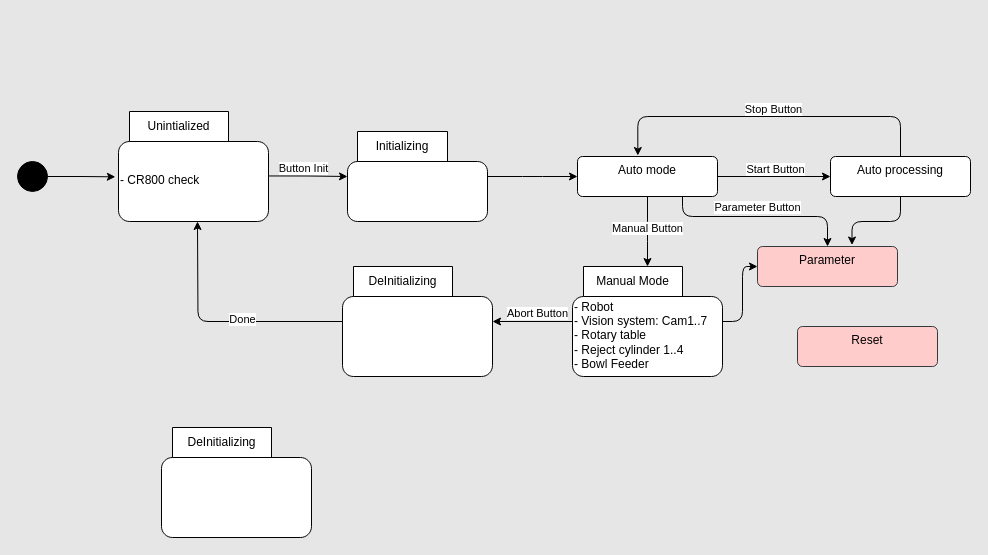
The draw.io diagram page "Overview State Machine Diagram" (1 of 4) of Untitled Diagram.drawio in huyjim1996/AOI-Machine, before the edit. Source tidied: cells renumbered, new cells numbered last; positions are measured from the earlier drawing's top-left corner, leaving out a move shared by most shapes. Both pictures are drawn from the tidied source at 100%, with x=0, y=0 at pixel (17, 111).
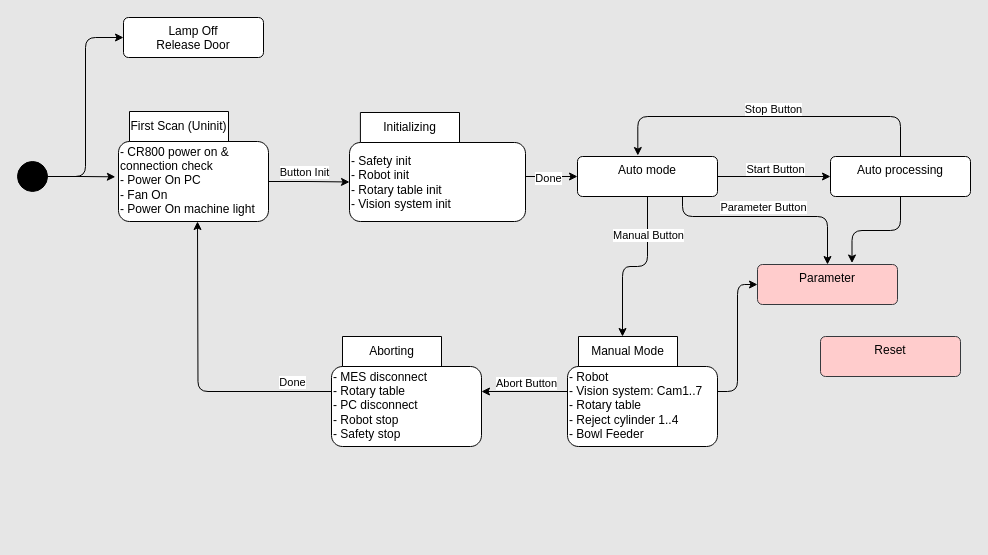
Above is the later version.

Unchanged cells that the change refers to:
```xml
<mxCell id="3" style="ellipse;fillColor=strokeColor;html=1;rounded=1;" parent="1" vertex="1">
  <mxGeometry y="50" width="30" height="30" as="geometry" />
</mxCell>
<mxCell id="14" value="Auto mode" style="html=1;align=center;verticalAlign=top;rounded=1;absoluteArcSize=1;arcSize=10;dashed=0;whiteSpace=wrap;" parent="1" vertex="1">
  <mxGeometry x="560" y="45" width="140" height="40" as="geometry" />
</mxCell>
<mxCell id="19" style="edgeStyle=orthogonalEdgeStyle;rounded=1;jettySize=auto;html=1;" parent="1" edge="1" source="22" target="24">
  <mxGeometry relative="1" as="geometry" />
</mxCell>
<mxCell id="26" style="edgeStyle=orthogonalEdgeStyle;rounded=1;jettySize=auto;html=1;entryX=0.5;entryY=1;entryDx=0;entryDy=0;entryPerimeter=0;" parent="1" edge="1" source="24">
  <mxGeometry relative="1" as="geometry">
    <mxPoint x="180" y="110" as="targetPoint" />
  </mxGeometry>
</mxCell>
```

The edit, as a diff of the source:
```diff
@@
+    <mxCell id="34" style="edgeStyle=orthogonalEdgeStyle;rounded=1;jettySize=auto;html=1;entryX=0;entryY=0.5;entryDx=0;entryDy=0;" parent="1" edge="1" source="3" target="36">
+      <mxGeometry relative="1" as="geometry" />
+    </mxCell>
@@
-    <mxCell id="4" style="edgeStyle=orthogonalEdgeStyle;rounded=1;jettySize=auto;html=1;exitX=0.996;exitY=0.586;exitDx=0;exitDy=0;exitPerimeter=0;" parent="1" edge="1" source="30" target="7">
+    <mxCell id="4" style="edgeStyle=orthogonalEdgeStyle;rounded=1;jettySize=auto;html=1;exitX=0;exitY=0;exitDx=150;exitDy=70;exitPerimeter=0;entryX=0;entryY=0;entryDx=0;entryDy=69.5;entryPerimeter=0;" parent="1" edge="1" source="30" target="7">
       <mxGeometry relative="1" as="geometry" />
     </mxCell>
     <mxCell id="5" value="Button Init" style="edgeLabel;html=1;align=center;verticalAlign=middle;rounded=1;" parent="4" vertex="1">
       <mxGeometry x="0.11" y="-1" relative="1" as="geometry">
-        <mxPoint x="-8" y="-10" as="offset" />
+        <mxPoint x="-9" y="-11" as="offset" />
       </mxGeometry>
     </mxCell>
-    <mxCell id="6" style="edgeStyle=orthogonalEdgeStyle;rounded=1;jettySize=auto;html=1;" parent="1" edge="1" source="7">
+    <mxCell id="6" style="edgeStyle=orthogonalEdgeStyle;rounded=1;orthogonalLoop=1;jettySize=auto;html=1;" parent="1" edge="1">
       <mxGeometry relative="1" as="geometry">
+        <mxPoint x="470" y="65" as="sourcePoint" />
         <mxPoint x="560" y="65" as="targetPoint" />
       </mxGeometry>
     </mxCell>
-    <mxCell id="7" value="Initializing" style="shape=folder;align=center;verticalAlign=middle;fontStyle=0;tabWidth=100;tabHeight=30;tabPosition=left;html=1;boundedLbl=1;labelInHeader=1;rounded=1;absoluteArcSize=1;arcSize=10;whiteSpace=wrap;" parent="1" vertex="1">
-      <mxGeometry x="330" y="20" width="140" height="90" as="geometry" />
-    </mxCell>
+    <mxCell id="35" value="Done" style="edgeLabel;html=1;align=center;verticalAlign=middle;" parent="6" vertex="1">
+      <mxGeometry x="0.34" y="-1" relative="1" as="geometry" />
+    </mxCell>
@@
-    <mxCell id="10" style="edgeStyle=orthogonalEdgeStyle;rounded=1;jettySize=auto;html=1;" parent="1" edge="1" source="14">
-      <mxGeometry relative="1" as="geometry">
-        <mxPoint x="630" y="155" as="targetPoint" />
-      </mxGeometry>
+    <mxCell id="10" style="edgeStyle=orthogonalEdgeStyle;rounded=1;jettySize=auto;html=1;entryX=0;entryY=0;entryDx=55;entryDy=0;entryPerimeter=0;" parent="1" edge="1" source="14" target="22">
+      <mxGeometry relative="1" as="geometry" />
     </mxCell>
     <mxCell id="11" value="Manual Button" style="edgeLabel;html=1;align=center;verticalAlign=middle;" parent="10" vertex="1">
       <mxGeometry x="-0.28" y="-1" relative="1" as="geometry">
-        <mxPoint y="6" as="offset" />
+        <mxPoint x="1" y="-21" as="offset" />
       </mxGeometry>
     </mxCell>
@@
     <mxCell id="20" value="Abort Button" style="edgeLabel;html=1;align=center;verticalAlign=middle;" parent="19" vertex="1">
       <mxGeometry x="-0.38" y="1" relative="1" as="geometry">
-        <mxPoint x="-11" y="-10" as="offset" />
+        <mxPoint x="-15" y="-10" as="offset" />
       </mxGeometry>
     </mxCell>
@@
     <mxCell id="22" value="&lt;span style=&quot;font-weight: normal;&quot;&gt;Manual Mode&lt;/span&gt;" style="shape=folder;fontStyle=1;tabWidth=110;tabHeight=30;tabPosition=left;html=1;boundedLbl=1;labelInHeader=1;whiteSpace=wrap;rounded=1;" parent="1" vertex="1">
-      <mxGeometry x="555" y="155" width="150" height="110" as="geometry" />
+      <mxGeometry x="550" y="225" width="150" height="110" as="geometry" />
     </mxCell>
@@
-    <mxCell id="24" value="&lt;span style=&quot;font-weight: normal;&quot;&gt;DeInitializing&lt;/span&gt;" style="shape=folder;fontStyle=1;tabWidth=110;tabHeight=30;tabPosition=left;html=1;boundedLbl=1;labelInHeader=1;whiteSpace=wrap;rounded=1;" parent="1" vertex="1">
-      <mxGeometry x="325" y="155" width="150" height="110" as="geometry" />
+    <mxCell id="24" value="&lt;span style=&quot;font-weight: normal;&quot;&gt;Aborting&lt;/span&gt;" style="shape=folder;fontStyle=1;tabWidth=110;tabHeight=30;tabPosition=left;html=1;boundedLbl=1;labelInHeader=1;whiteSpace=wrap;rounded=1;" parent="1" vertex="1">
+      <mxGeometry x="314" y="225" width="150" height="110" as="geometry" />
     </mxCell>
-    <mxCell id="25" style="html=1;strokeColor=none;fillColor=none;whiteSpace=wrap;rounded=1;align=left;" parent="24" vertex="1">
+    <mxCell id="25" value="- MES disconnect&lt;br&gt;- Rotary table&lt;br&gt;- PC disconnect&lt;br&gt;- Robot stop&lt;br&gt;- Safety stop" style="html=1;strokeColor=none;fillColor=none;whiteSpace=wrap;rounded=1;align=left;" parent="24" vertex="1">
       <mxGeometry width="150" height="77" relative="1" as="geometry">
         <mxPoint y="30" as="offset" />
       </mxGeometry>
     </mxCell>
@@
     <mxCell id="27" value="Done" style="edgeLabel;html=1;align=center;verticalAlign=middle;" parent="26" vertex="1">
       <mxGeometry x="-0.17" y="1" relative="1" as="geometry">
-        <mxPoint y="-4" as="offset" />
+        <mxPoint x="86" y="-11" as="offset" />
       </mxGeometry>
     </mxCell>
     <mxCell id="28" value="Parameter" style="html=1;align=center;verticalAlign=top;rounded=1;absoluteArcSize=1;arcSize=10;dashed=0;whiteSpace=wrap;fillColor=#ffcccc;strokeColor=#36393d;" parent="1" vertex="1">
-      <mxGeometry x="740" y="135" width="140" height="40" as="geometry" />
+      <mxGeometry x="740" y="153" width="140" height="40" as="geometry" />
     </mxCell>
     <mxCell id="29" value="Reset" style="html=1;align=center;verticalAlign=top;rounded=1;absoluteArcSize=1;arcSize=10;dashed=0;whiteSpace=wrap;fillColor=#ffcccc;strokeColor=#36393d;" parent="1" vertex="1">
-      <mxGeometry x="780" y="215" width="140" height="40" as="geometry" />
+      <mxGeometry x="803" y="225" width="140" height="40" as="geometry" />
     </mxCell>
-    <mxCell id="30" value="&lt;span style=&quot;font-weight: normal;&quot;&gt;Unintialized&lt;/span&gt;" style="shape=folder;fontStyle=1;tabWidth=110;tabHeight=30;tabPosition=left;html=1;boundedLbl=1;labelInHeader=1;whiteSpace=wrap;rounded=1;" parent="1" vertex="1">
+    <mxCell id="30" value="&lt;span style=&quot;font-weight: normal;&quot;&gt;First Scan (Uninit)&lt;/span&gt;" style="shape=folder;fontStyle=1;tabWidth=110;tabHeight=30;tabPosition=left;html=1;boundedLbl=1;labelInHeader=1;whiteSpace=wrap;rounded=1;" parent="1" vertex="1">
       <mxGeometry x="101" width="150" height="110" as="geometry" />
     </mxCell>
-    <mxCell id="31" value="- CR800 check" style="html=1;strokeColor=none;fillColor=none;whiteSpace=wrap;rounded=1;align=left;" parent="30" vertex="1">
+    <mxCell id="31" value="- CR800 power on &amp;amp; connection check&lt;br&gt;- Power On PC&lt;br&gt;- Fan On&lt;br&gt;- Power On machine light" style="html=1;strokeColor=none;fillColor=none;whiteSpace=wrap;rounded=1;align=left;" parent="30" vertex="1">
       <mxGeometry width="150" height="77" relative="1" as="geometry">
         <mxPoint y="30" as="offset" />
       </mxGeometry>
     </mxCell>
-    <mxCell id="32" value="&lt;span style=&quot;font-weight: normal;&quot;&gt;DeInitializing&lt;/span&gt;" style="shape=folder;fontStyle=1;tabWidth=110;tabHeight=30;tabPosition=left;html=1;boundedLbl=1;labelInHeader=1;whiteSpace=wrap;rounded=1;" parent="1" vertex="1">
-      <mxGeometry x="144" y="316" width="150" height="110" as="geometry" />
-    </mxCell>
-    <mxCell id="33" style="html=1;strokeColor=none;fillColor=none;whiteSpace=wrap;rounded=1;align=left;" parent="32" vertex="1">
-      <mxGeometry width="150" height="77" relative="1" as="geometry">
-        <mxPoint y="30" as="offset" />
-      </mxGeometry>
-    </mxCell>
+    <mxCell id="36" value="&lt;div style=&quot;&quot;&gt;&lt;span style=&quot;background-color: initial;&quot;&gt;Lamp Off&lt;/span&gt;&lt;/div&gt;&lt;div style=&quot;&quot;&gt;&lt;span style=&quot;background-color: initial;&quot;&gt;Release Door&lt;/span&gt;&lt;/div&gt;" style="html=1;align=center;verticalAlign=top;rounded=1;absoluteArcSize=1;arcSize=10;dashed=0;whiteSpace=wrap;" parent="1" vertex="1">
+      <mxGeometry x="106" y="-94" width="140" height="40" as="geometry" />
+    </mxCell>
+    <mxCell id="7" value="&lt;span style=&quot;font-weight: normal;&quot;&gt;Initializing&lt;/span&gt;" style="shape=folder;fontStyle=1;tabWidth=110;tabHeight=30;tabPosition=left;html=1;boundedLbl=1;labelInHeader=1;whiteSpace=wrap;rounded=1;" parent="1" vertex="1">
+      <mxGeometry x="332" y="1" width="176" height="109" as="geometry" />
+    </mxCell>
+    <mxCell id="37" value="- Safety init&lt;br&gt;- Robot init&lt;br&gt;- Rotary table init&lt;br&gt;- Vision system init" style="html=1;strokeColor=none;fillColor=none;whiteSpace=wrap;rounded=1;align=left;" parent="7" vertex="1">
+      <mxGeometry width="176" height="80" relative="1" as="geometry">
+        <mxPoint y="30" as="offset" />
+      </mxGeometry>
+    </mxCell>
```
